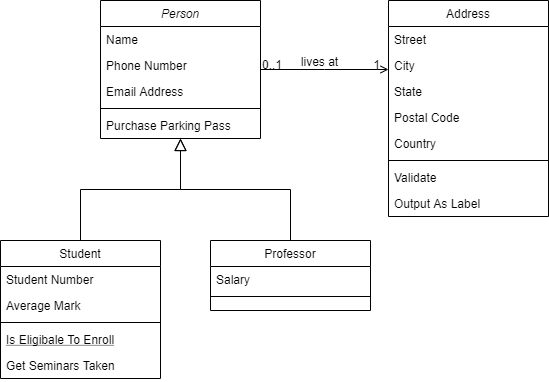
The draw.io diagram Class Diagram.png in HyeminBaek/Software_engineering_HW, before a commit. Source tidied: cells renumbered, new cells last; positions are measured from the earlier drawing's top-left corner, leaving out a move shared by most shapes. Its diagram source:
```xml
<mxGraphModel>
  <root>
    <mxCell id="0" />
    <mxCell id="1" parent="0" />
    <mxCell id="2" value="Person" style="swimlane;fontStyle=2;align=center;verticalAlign=top;horizontal=1;startSize=26;rounded=0;shadow=0;strokeWidth=1;" parent="1" vertex="1">
      <mxGeometry x="100" width="160" height="138" as="geometry" />
    </mxCell>
    <mxCell id="3" value="Name" style="text;align=left;verticalAlign=top;spacingLeft=4;spacingRight=4;overflow=hidden;" parent="2" vertex="1">
      <mxGeometry y="26" width="160" height="26" as="geometry" />
    </mxCell>
    <mxCell id="4" value="Phone Number" style="text;align=left;verticalAlign=top;spacingLeft=4;spacingRight=4;overflow=hidden;points=[[0,0.5],[1,0.5]];portConstraint=eastwest;rounded=0;shadow=0;html=0;" parent="2" vertex="1">
      <mxGeometry y="52" width="160" height="26" as="geometry" />
    </mxCell>
    <mxCell id="5" value="Email Address" style="text;align=left;verticalAlign=top;spacingLeft=4;spacingRight=4;overflow=hidden;rounded=0;shadow=0;html=0;" parent="2" vertex="1">
      <mxGeometry y="78" width="160" height="26" as="geometry" />
    </mxCell>
    <mxCell id="6" style="line;html=1;strokeWidth=1;align=left;verticalAlign=middle;spacingTop=-1;spacingLeft=3;spacingRight=3;labelPosition=right;" parent="2" vertex="1">
      <mxGeometry y="104" width="160" height="8" as="geometry" />
    </mxCell>
    <mxCell id="7" value="Purchase Parking Pass" style="text;align=left;verticalAlign=top;spacingLeft=4;spacingRight=4;overflow=hidden;" parent="2" vertex="1">
      <mxGeometry y="112" width="160" height="26" as="geometry" />
    </mxCell>
    <mxCell id="8" value="Student" style="swimlane;fontStyle=0;align=center;verticalAlign=top;horizontal=1;startSize=26;rounded=0;shadow=0;strokeWidth=1;" parent="1" vertex="1">
      <mxGeometry y="240" width="160" height="138" as="geometry" />
    </mxCell>
    <mxCell id="9" value="Student Number" style="text;align=left;verticalAlign=top;spacingLeft=4;spacingRight=4;overflow=hidden;" parent="8" vertex="1">
      <mxGeometry y="26" width="160" height="26" as="geometry" />
    </mxCell>
    <mxCell id="10" value="Average Mark" style="text;align=left;verticalAlign=top;spacingLeft=4;spacingRight=4;overflow=hidden;rounded=0;shadow=0;html=0;" parent="8" vertex="1">
      <mxGeometry y="52" width="160" height="26" as="geometry" />
    </mxCell>
    <mxCell id="11" style="line;html=1;strokeWidth=1;align=left;verticalAlign=middle;spacingTop=-1;spacingLeft=3;spacingRight=3;labelPosition=right;" parent="8" vertex="1">
      <mxGeometry y="78" width="160" height="8" as="geometry" />
    </mxCell>
    <mxCell id="12" value="Is Eligibale To Enroll" style="text;align=left;verticalAlign=top;spacingLeft=4;spacingRight=4;overflow=hidden;fontStyle=4;" parent="8" vertex="1">
      <mxGeometry y="86" width="160" height="26" as="geometry" />
    </mxCell>
    <mxCell id="13" value="Get Seminars Taken" style="text;align=left;verticalAlign=top;spacingLeft=4;spacingRight=4;overflow=hidden;" parent="8" vertex="1">
      <mxGeometry y="112" width="160" height="26" as="geometry" />
    </mxCell>
    <mxCell id="14" style="endArrow=block;endSize=10;endFill=0;shadow=0;strokeWidth=1;rounded=0;edgeStyle=elbowEdgeStyle;elbow=vertical;" parent="1" edge="1" source="8" target="2">
      <mxGeometry relative="1" as="geometry" />
    </mxCell>
    <mxCell id="15" value="Professor" style="swimlane;fontStyle=0;align=center;verticalAlign=top;horizontal=1;startSize=26;rounded=0;shadow=0;strokeWidth=1;" parent="1" vertex="1">
      <mxGeometry x="210" y="240" width="160" height="70" as="geometry" />
    </mxCell>
    <mxCell id="16" value="Salary" style="text;align=left;verticalAlign=top;spacingLeft=4;spacingRight=4;overflow=hidden;" parent="15" vertex="1">
      <mxGeometry y="26" width="160" height="26" as="geometry" />
    </mxCell>
    <mxCell id="17" style="line;html=1;strokeWidth=1;align=left;verticalAlign=middle;spacingTop=-1;spacingLeft=3;spacingRight=3;labelPosition=right;" parent="15" vertex="1">
      <mxGeometry y="52" width="160" height="8" as="geometry" />
    </mxCell>
    <mxCell id="18" style="endArrow=block;endSize=10;endFill=0;shadow=0;strokeWidth=1;rounded=0;edgeStyle=elbowEdgeStyle;elbow=vertical;" parent="1" edge="1" source="15" target="2">
      <mxGeometry relative="1" as="geometry" />
    </mxCell>
    <mxCell id="19" value="Address" style="swimlane;fontStyle=0;align=center;verticalAlign=top;horizontal=1;startSize=26;rounded=0;shadow=0;strokeWidth=1;" parent="1" vertex="1">
      <mxGeometry x="388" width="160" height="216" as="geometry" />
    </mxCell>
    <mxCell id="20" value="Street" style="text;align=left;verticalAlign=top;spacingLeft=4;spacingRight=4;overflow=hidden;" parent="19" vertex="1">
      <mxGeometry y="26" width="160" height="26" as="geometry" />
    </mxCell>
    <mxCell id="21" value="City" style="text;align=left;verticalAlign=top;spacingLeft=4;spacingRight=4;overflow=hidden;points=[[0,0.5],[1,0.5]];portConstraint=eastwest;rounded=0;shadow=0;html=0;" parent="19" vertex="1">
      <mxGeometry y="52" width="160" height="26" as="geometry" />
    </mxCell>
    <mxCell id="22" value="State" style="text;align=left;verticalAlign=top;spacingLeft=4;spacingRight=4;overflow=hidden;rounded=0;shadow=0;html=0;" parent="19" vertex="1">
      <mxGeometry y="78" width="160" height="26" as="geometry" />
    </mxCell>
    <mxCell id="23" value="Postal Code" style="text;align=left;verticalAlign=top;spacingLeft=4;spacingRight=4;overflow=hidden;rounded=0;shadow=0;html=0;" parent="19" vertex="1">
      <mxGeometry y="104" width="160" height="26" as="geometry" />
    </mxCell>
    <mxCell id="24" value="Country" style="text;align=left;verticalAlign=top;spacingLeft=4;spacingRight=4;overflow=hidden;rounded=0;shadow=0;html=0;" parent="19" vertex="1">
      <mxGeometry y="130" width="160" height="26" as="geometry" />
    </mxCell>
    <mxCell id="25" style="line;html=1;strokeWidth=1;align=left;verticalAlign=middle;spacingTop=-1;spacingLeft=3;spacingRight=3;labelPosition=right;" parent="19" vertex="1">
      <mxGeometry y="156" width="160" height="8" as="geometry" />
    </mxCell>
    <mxCell id="26" value="Validate" style="text;align=left;verticalAlign=top;spacingLeft=4;spacingRight=4;overflow=hidden;" parent="19" vertex="1">
      <mxGeometry y="164" width="160" height="26" as="geometry" />
    </mxCell>
    <mxCell id="27" value="Output As Label" style="text;align=left;verticalAlign=top;spacingLeft=4;spacingRight=4;overflow=hidden;" parent="19" vertex="1">
      <mxGeometry y="190" width="160" height="26" as="geometry" />
    </mxCell>
    <mxCell id="28" style="endArrow=open;shadow=0;strokeWidth=1;rounded=0;endFill=1;edgeStyle=elbowEdgeStyle;elbow=vertical;" parent="1" edge="1" source="2" target="19">
      <mxGeometry x="0.5" y="41" relative="1" as="geometry">
        <mxPoint x="-40" y="32" as="offset" />
      </mxGeometry>
    </mxCell>
    <mxCell id="29" value="0..1" style="align=left;verticalAlign=bottom;labelBackgroundColor=none;fontSize=12;" parent="28" vertex="1">
      <mxGeometry x="-1" relative="1" as="geometry">
        <mxPoint y="4" as="offset" />
      </mxGeometry>
    </mxCell>
    <mxCell id="30" value="1" style="align=right;verticalAlign=bottom;labelBackgroundColor=none;fontSize=12;" parent="28" vertex="1">
      <mxGeometry x="1" relative="1" as="geometry">
        <mxPoint x="-7" y="4" as="offset" />
      </mxGeometry>
    </mxCell>
    <mxCell id="31" value="lives at" style="text;html=1;align=center;verticalAlign=middle;labelBackgroundColor=none;rounded=0;shadow=0;strokeWidth=1;fontSize=12;" parent="28" vertex="1">
      <mxGeometry x="0.5" y="49" relative="1" as="geometry">
        <mxPoint x="-38" y="40" as="offset" />
      </mxGeometry>
    </mxCell>
  </root>
</mxGraphModel>
```
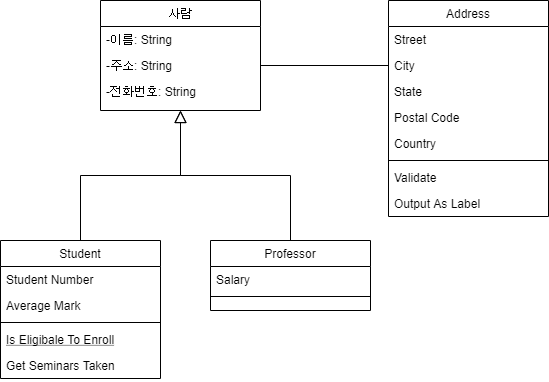
Above is the later version.

Diff of the diagram source:
```diff
@@ -2,24 +2,18 @@
   <root>
     <mxCell id="0" />
     <mxCell id="1" parent="0" />
-    <mxCell id="2" value="Person" style="swimlane;fontStyle=2;align=center;verticalAlign=top;horizontal=1;startSize=26;rounded=0;shadow=0;strokeWidth=1;" parent="1" vertex="1">
-      <mxGeometry x="100" width="160" height="138" as="geometry" />
+    <mxCell id="2" value="사람" style="swimlane;fontStyle=0;align=center;verticalAlign=top;horizontal=1;startSize=26;rounded=0;shadow=0;strokeWidth=1;" parent="1" vertex="1">
+      <mxGeometry x="100" width="160" height="110" as="geometry" />
     </mxCell>
-    <mxCell id="3" value="Name" style="text;align=left;verticalAlign=top;spacingLeft=4;spacingRight=4;overflow=hidden;" parent="2" vertex="1">
+    <mxCell id="3" value="-이름: String" style="text;align=left;verticalAlign=top;spacingLeft=4;spacingRight=4;overflow=hidden;" parent="2" vertex="1">
       <mxGeometry y="26" width="160" height="26" as="geometry" />
     </mxCell>
-    <mxCell id="4" value="Phone Number" style="text;align=left;verticalAlign=top;spacingLeft=4;spacingRight=4;overflow=hidden;points=[[0,0.5],[1,0.5]];portConstraint=eastwest;rounded=0;shadow=0;html=0;" parent="2" vertex="1">
+    <mxCell id="4" value="-주소: String" style="text;align=left;verticalAlign=top;spacingLeft=4;spacingRight=4;overflow=hidden;points=[[0,0.5],[1,0.5]];portConstraint=eastwest;rounded=0;shadow=0;html=0;" parent="2" vertex="1">
       <mxGeometry y="52" width="160" height="26" as="geometry" />
     </mxCell>
-    <mxCell id="5" value="Email Address" style="text;align=left;verticalAlign=top;spacingLeft=4;spacingRight=4;overflow=hidden;rounded=0;shadow=0;html=0;" parent="2" vertex="1">
+    <mxCell id="5" value="-전화번호: String" style="text;align=left;verticalAlign=top;spacingLeft=4;spacingRight=4;overflow=hidden;rounded=0;shadow=0;html=0;" parent="2" vertex="1">
       <mxGeometry y="78" width="160" height="26" as="geometry" />
     </mxCell>
-    <mxCell id="6" style="line;html=1;strokeWidth=1;align=left;verticalAlign=middle;spacingTop=-1;spacingLeft=3;spacingRight=3;labelPosition=right;" parent="2" vertex="1">
-      <mxGeometry y="104" width="160" height="8" as="geometry" />
-    </mxCell>
-    <mxCell id="7" value="Purchase Parking Pass" style="text;align=left;verticalAlign=top;spacingLeft=4;spacingRight=4;overflow=hidden;" parent="2" vertex="1">
-      <mxGeometry y="112" width="160" height="26" as="geometry" />
-    </mxCell>
     <mxCell id="8" value="Student" style="swimlane;fontStyle=0;align=center;verticalAlign=top;horizontal=1;startSize=26;rounded=0;shadow=0;strokeWidth=1;" parent="1" vertex="1">
       <mxGeometry y="240" width="160" height="138" as="geometry" />
     </mxCell>
@@ -80,25 +74,8 @@
     <mxCell id="27" value="Output As Label" style="text;align=left;verticalAlign=top;spacingLeft=4;spacingRight=4;overflow=hidden;" parent="19" vertex="1">
       <mxGeometry y="190" width="160" height="26" as="geometry" />
     </mxCell>
-    <mxCell id="28" style="endArrow=open;shadow=0;strokeWidth=1;rounded=0;endFill=1;edgeStyle=elbowEdgeStyle;elbow=vertical;" parent="1" edge="1" source="2" target="19">
-      <mxGeometry x="0.5" y="41" relative="1" as="geometry">
-        <mxPoint x="-40" y="32" as="offset" />
-      </mxGeometry>
-    </mxCell>
-    <mxCell id="29" value="0..1" style="align=left;verticalAlign=bottom;labelBackgroundColor=none;fontSize=12;" parent="28" vertex="1">
-      <mxGeometry x="-1" relative="1" as="geometry">
-        <mxPoint y="4" as="offset" />
-      </mxGeometry>
-    </mxCell>
-    <mxCell id="30" value="1" style="align=right;verticalAlign=bottom;labelBackgroundColor=none;fontSize=12;" parent="28" vertex="1">
-      <mxGeometry x="1" relative="1" as="geometry">
-        <mxPoint x="-7" y="4" as="offset" />
-      </mxGeometry>
-    </mxCell>
-    <mxCell id="31" value="lives at" style="text;html=1;align=center;verticalAlign=middle;labelBackgroundColor=none;rounded=0;shadow=0;strokeWidth=1;fontSize=12;" parent="28" vertex="1">
-      <mxGeometry x="0.5" y="49" relative="1" as="geometry">
-        <mxPoint x="-38" y="40" as="offset" />
-      </mxGeometry>
-    </mxCell>
+    <mxCell id="32" style="endArrow=none;html=1;exitX=1;exitY=0.5;exitDx=0;exitDy=0;entryX=0;entryY=0.5;entryDx=0;entryDy=0;" parent="1" edge="1" source="4" target="21">
+      <mxGeometry relative="1" as="geometry" />
+    </mxCell>
   </root>
 </mxGraphModel>
```
